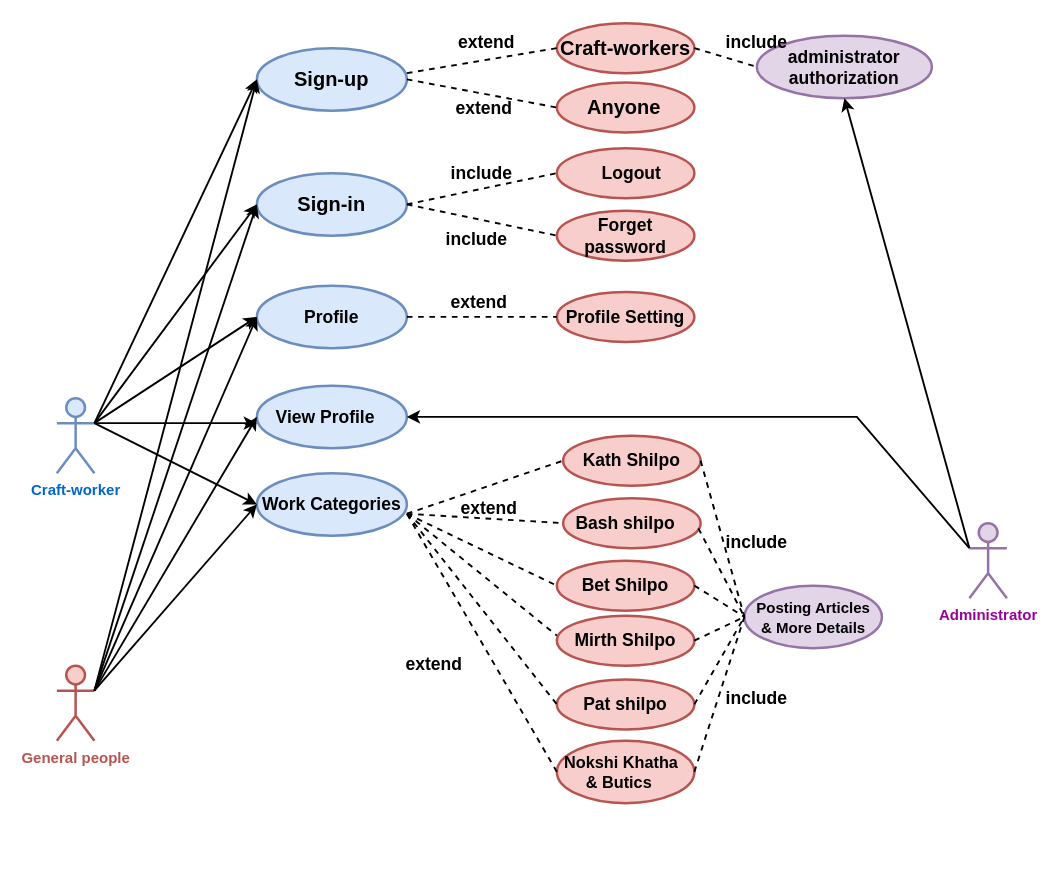
Above: se231use.drawio in Fatema-A-Ferdaus/se231 (draw.io), before the change. Source tidied: cells renumbered, new cells numbered last; positions are measured from the earlier drawing's top-left corner, leaving out a move shared by most shapes. Both pictures are drawn from the tidied source at 125%, with x=0, y=0 at pixel (56, 22).
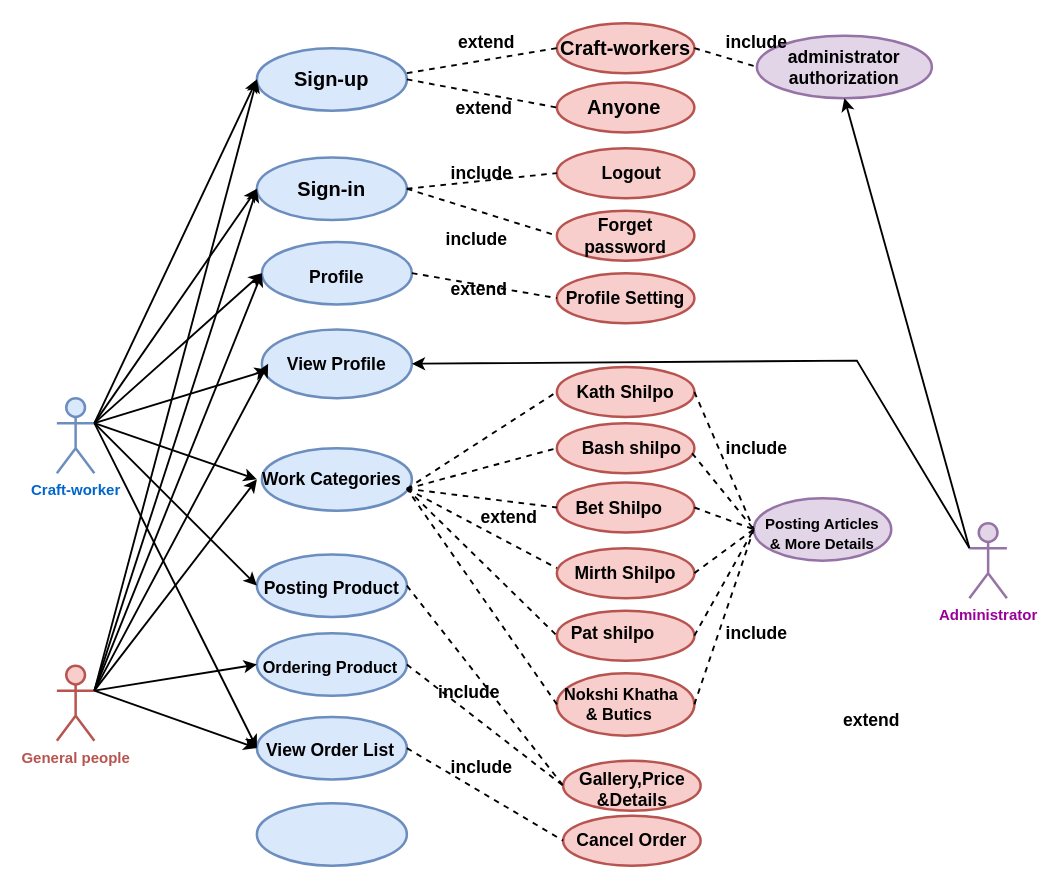
The same page after the edit.

The change refers to these unchanged cells:
```xml
<mxCell id="3" value="&lt;font color=&quot;#B85450&quot;&gt;&lt;b&gt;General people&lt;/b&gt;&lt;/font&gt;" style="shape=umlActor;verticalLabelPosition=bottom;verticalAlign=top;html=1;outlineConnect=0;fillColor=#f8cecc;strokeColor=#B85450;strokeWidth=2;" parent="1" vertex="1">
  <mxGeometry y="514" width="30" height="60" as="geometry" />
</mxCell>
<mxCell id="4" value="&lt;font color=&quot;#990099&quot;&gt;&lt;b&gt;Administrator&lt;/b&gt;&lt;/font&gt;" style="shape=umlActor;verticalLabelPosition=bottom;verticalAlign=top;html=1;outlineConnect=0;fillColor=#e1d5e7;strokeColor=#9673a6;strokeWidth=2;" parent="1" vertex="1">
  <mxGeometry x="730" y="400" width="30" height="60" as="geometry" />
</mxCell>
```

Change to the diagram source:
```diff
@@
     <mxCell id="6" style="ellipse;whiteSpace=wrap;html=1;fillColor=#dae8fc;strokeColor=#6c8ebf;strokeWidth=2;" parent="1" vertex="1">
-      <mxGeometry x="160" y="120" width="120" height="50" as="geometry" />
+      <mxGeometry x="160" y="107.5" width="120" height="50" as="geometry" />
     </mxCell>
     <mxCell id="7" style="ellipse;whiteSpace=wrap;html=1;fillColor=#dae8fc;strokeColor=#6c8ebf;strokeWidth=2;" parent="1" vertex="1">
-      <mxGeometry x="160" y="210" width="120" height="50" as="geometry" />
+      <mxGeometry x="164" y="175" width="120" height="50" as="geometry" />
     </mxCell>
     <mxCell id="8" style="ellipse;whiteSpace=wrap;html=1;fillColor=#dae8fc;strokeColor=#6c8ebf;strokeWidth=2;" parent="1" vertex="1">
-      <mxGeometry x="160" y="290" width="120" height="50" as="geometry" />
+      <mxGeometry x="164" y="245" width="120" height="55" as="geometry" />
     </mxCell>
     <mxCell id="9" style="ellipse;whiteSpace=wrap;html=1;fillColor=#dae8fc;strokeColor=#6c8ebf;strokeWidth=2;" parent="1" vertex="1">
-      <mxGeometry x="160" y="360" width="120" height="50" as="geometry" />
+      <mxGeometry x="164" y="340" width="120" height="50" as="geometry" />
     </mxCell>
@@
     <mxCell id="26" value="&lt;font size=&quot;1&quot;&gt;&lt;b style=&quot;font-size: 14px&quot;&gt;extend&lt;/b&gt;&lt;/font&gt;" style="text;html=1;align=center;verticalAlign=middle;whiteSpace=wrap;rounded=0;" parent="1" vertex="1">
-      <mxGeometry x="314" y="375" width="64" height="25" as="geometry" />
+      <mxGeometry x="330" y="382.5" width="64" height="25" as="geometry" />
     </mxCell>
@@
     <mxCell id="32" value="&lt;div&gt;&lt;span style=&quot;font-size: 12pt ; font-family: &amp;#34;arial&amp;#34; ; color: rgb(0 , 0 , 0) ; background-color: transparent ; font-weight: 700 ; font-style: normal ; font-variant: normal ; text-decoration: none ; vertical-align: baseline&quot; id=&quot;docs-internal-guid-d9a8eea8-7fff-026f-fb4f-d4f9bcb1c07e&quot;&gt;Sign-in&lt;/span&gt;&lt;/div&gt;" style="text;html=1;strokeColor=none;fillColor=none;align=center;verticalAlign=middle;whiteSpace=wrap;rounded=0;fontColor=#B85450;" parent="1" vertex="1">
-      <mxGeometry x="180" y="135" width="80" height="20" as="geometry" />
+      <mxGeometry x="180" y="122.5" width="80" height="20" as="geometry" />
     </mxCell>
@@
     <mxCell id="35" value="&lt;b&gt;Profile&lt;/b&gt;" style="text;html=1;strokeColor=none;fillColor=none;align=center;verticalAlign=middle;whiteSpace=wrap;rounded=0;fontSize=14;fontColor=#000000;" parent="1" vertex="1">
-      <mxGeometry x="190" y="220" width="60" height="30" as="geometry" />
+      <mxGeometry x="194" y="187.5" width="60" height="30" as="geometry" />
     </mxCell>
     <mxCell id="36" style="ellipse;whiteSpace=wrap;html=1;strokeColor=#b85450;strokeWidth=2;fillColor=#f8cecc;" parent="1" vertex="1">
-      <mxGeometry x="400" y="215" width="110" height="40" as="geometry" />
+      <mxGeometry x="400" y="200" width="110" height="40" as="geometry" />
     </mxCell>
@@
     <mxCell id="38" value="&lt;b&gt;Profile Setting&lt;/b&gt;" style="text;html=1;strokeColor=none;fillColor=none;align=center;verticalAlign=middle;whiteSpace=wrap;rounded=0;fontSize=14;fontColor=#000000;" parent="1" vertex="1">
-      <mxGeometry x="405" y="220" width="100" height="30" as="geometry" />
+      <mxGeometry x="405" y="205" width="100" height="30" as="geometry" />
     </mxCell>
     <mxCell id="39" value="&lt;font size=&quot;1&quot;&gt;&lt;b style=&quot;font-size: 14px&quot;&gt;extend&lt;/b&gt;&lt;/font&gt;" style="text;html=1;align=center;verticalAlign=middle;whiteSpace=wrap;rounded=0;" parent="1" vertex="1">
-      <mxGeometry x="306" y="210" width="64" height="25" as="geometry" />
+      <mxGeometry x="306" y="200" width="64" height="25" as="geometry" />
     </mxCell>
@@
     <mxCell id="44" value="&lt;b&gt;View Profile&lt;/b&gt;" style="text;html=1;strokeColor=none;fillColor=none;align=center;verticalAlign=middle;whiteSpace=wrap;rounded=0;fontSize=14;fontColor=#000000;" parent="1" vertex="1">
-      <mxGeometry x="160" y="305" width="110" height="20" as="geometry" />
+      <mxGeometry x="169" y="262.5" width="110" height="20" as="geometry" />
     </mxCell>
     <mxCell id="45" style="endArrow=classic;html=1;rounded=0;fontSize=14;fontColor=#000000;strokeWidth=1.5;entryX=1;entryY=0.5;entryDx=0;entryDy=0;exitX=0;exitY=0.3333333333333333;exitDx=0;exitDy=0;exitPerimeter=0;" parent="1" edge="1" source="4" target="8">
       <mxGeometry relative="1" as="geometry">
         <Array as="points">
-          <mxPoint x="640" y="315" />
+          <mxPoint x="640" y="270" />
         </Array>
       </mxGeometry>
     </mxCell>
@@
     <mxCell id="48" value="&lt;b&gt;Work &lt;span style=&quot;font-family: &amp;#34;arial&amp;#34; ; color: rgb(0 , 0 , 0) ; background-color: transparent ; font-style: normal ; font-variant: normal ; text-decoration: none ; vertical-align: baseline&quot; id=&quot;docs-internal-guid-b7d664e6-7fff-4944-9143-4917c589e76c&quot;&gt;Categories&lt;/span&gt;&lt;/b&gt;" style="text;html=1;strokeColor=none;fillColor=none;align=center;verticalAlign=middle;whiteSpace=wrap;rounded=0;fontSize=14;fontColor=#000000;" parent="1" vertex="1">
-      <mxGeometry x="160" y="370" width="120" height="30" as="geometry" />
+      <mxGeometry x="160" y="350" width="120" height="30" as="geometry" />
     </mxCell>
@@
     <mxCell id="51" style="ellipse;whiteSpace=wrap;html=1;strokeColor=#b85450;strokeWidth=2;fillColor=#f8cecc;" parent="1" vertex="1">
-      <mxGeometry x="405" y="380" width="110" height="40" as="geometry" />
+      <mxGeometry x="400" y="320" width="110" height="40" as="geometry" />
     </mxCell>
     <mxCell id="52" style="ellipse;whiteSpace=wrap;html=1;strokeColor=#b85450;strokeWidth=2;fillColor=#f8cecc;" parent="1" vertex="1">
-      <mxGeometry x="405" y="330" width="110" height="40" as="geometry" />
+      <mxGeometry x="400" y="275" width="110" height="40" as="geometry" />
     </mxCell>
     <mxCell id="53" style="ellipse;whiteSpace=wrap;html=1;strokeColor=#b85450;strokeWidth=2;fillColor=#f8cecc;" parent="1" vertex="1">
-      <mxGeometry x="400" y="430" width="110" height="40" as="geometry" />
+      <mxGeometry x="400" y="367.5" width="110" height="40" as="geometry" />
     </mxCell>
     <mxCell id="54" style="ellipse;whiteSpace=wrap;html=1;strokeColor=#b85450;strokeWidth=2;fillColor=#f8cecc;" parent="1" vertex="1">
-      <mxGeometry x="400" y="474" width="110" height="40" as="geometry" />
+      <mxGeometry x="400" y="420" width="110" height="40" as="geometry" />
     </mxCell>
     <mxCell id="55" style="ellipse;whiteSpace=wrap;html=1;strokeColor=#b85450;strokeWidth=2;fillColor=#f8cecc;" parent="1" vertex="1">
-      <mxGeometry x="400" y="525" width="110" height="40" as="geometry" />
+      <mxGeometry x="400" y="470" width="110" height="40" as="geometry" />
     </mxCell>
@@
     <mxCell id="62" style="ellipse;whiteSpace=wrap;html=1;strokeColor=#b85450;strokeWidth=2;fillColor=#f8cecc;" parent="1" vertex="1">
-      <mxGeometry x="400" y="574" width="110" height="50" as="geometry" />
+      <mxGeometry x="400" y="520" width="110" height="50" as="geometry" />
     </mxCell>
@@
-    <mxCell id="64" value="&lt;font size=&quot;1&quot;&gt;&lt;b style=&quot;font-size: 14px&quot;&gt;extend&lt;/b&gt;&lt;/font&gt;" style="text;html=1;align=center;verticalAlign=middle;whiteSpace=wrap;rounded=0;" parent="1" vertex="1">
-      <mxGeometry x="270" y="500" width="64" height="25" as="geometry" />
-    </mxCell>
     <mxCell id="65" value="&lt;font style=&quot;font-size: 14px&quot;&gt;&lt;span style=&quot;font-family: &amp;#34;arial&amp;#34; ; color: rgb(0 , 0 , 0) ; background-color: transparent ; font-weight: 700 ; font-style: normal ; font-variant: normal ; text-decoration: none ; vertical-align: baseline&quot; id=&quot;docs-internal-guid-06c5607c-7fff-e027-40bc-780a48625a0f&quot;&gt;Kath Shilpo&lt;/span&gt;&lt;/font&gt;" style="text;html=1;strokeColor=none;fillColor=none;align=center;verticalAlign=middle;whiteSpace=wrap;rounded=0;" parent="1" vertex="1">
-      <mxGeometry x="410" y="345" width="100" height="10" as="geometry" />
+      <mxGeometry x="405" y="290" width="100" height="10" as="geometry" />
     </mxCell>
     <mxCell id="66" value="&lt;font style=&quot;font-size: 14px&quot;&gt;&lt;span style=&quot;font-family: &amp;#34;arial&amp;#34; ; color: rgb(0 , 0 , 0) ; background-color: transparent ; font-weight: 700 ; font-style: normal ; font-variant: normal ; text-decoration: none ; vertical-align: baseline&quot; id=&quot;docs-internal-guid-e4ca065d-7fff-76d1-59c0-c70cfacae03e&quot;&gt;Bash shilpo&lt;/span&gt;&lt;/font&gt;" style="text;html=1;strokeColor=none;fillColor=none;align=center;verticalAlign=middle;whiteSpace=wrap;rounded=0;fontSize=14;" parent="1" vertex="1">
-      <mxGeometry x="405" y="390" width="100" height="20" as="geometry" />
+      <mxGeometry x="410" y="330" width="100" height="20" as="geometry" />
     </mxCell>
     <mxCell id="67" value="&lt;font style=&quot;font-size: 14px&quot;&gt;&lt;span style=&quot;font-family: &amp;#34;arial&amp;#34; ; color: rgb(0 , 0 , 0) ; background-color: transparent ; font-weight: 700 ; font-style: normal ; font-variant: normal ; text-decoration: none ; vertical-align: baseline&quot; id=&quot;docs-internal-guid-c5cb1a11-7fff-92f5-c12f-03132aebc5e7&quot;&gt;Bet Shilpo&lt;/span&gt;&lt;/font&gt;" style="text;html=1;strokeColor=none;fillColor=none;align=center;verticalAlign=middle;whiteSpace=wrap;rounded=0;fontSize=14;" parent="1" vertex="1">
-      <mxGeometry x="410" y="442.5" width="90" height="15" as="geometry" />
+      <mxGeometry x="405" y="380" width="90" height="15" as="geometry" />
     </mxCell>
     <mxCell id="68" value="&lt;font style=&quot;font-size: 14px&quot;&gt;&lt;span style=&quot;font-family: &amp;#34;arial&amp;#34; ; color: rgb(0 , 0 , 0) ; background-color: transparent ; font-weight: 700 ; font-style: normal ; font-variant: normal ; text-decoration: none ; vertical-align: baseline&quot; id=&quot;docs-internal-guid-1e54c604-7fff-bb8c-8ced-753b6cb01f62&quot;&gt;Mirth Shilpo &lt;/span&gt;&lt;/font&gt;" style="text;html=1;strokeColor=none;fillColor=none;align=center;verticalAlign=middle;whiteSpace=wrap;rounded=0;fontSize=14;" parent="1" vertex="1">
-      <mxGeometry x="405" y="479" width="100" height="30" as="geometry" />
+      <mxGeometry x="405" y="425" width="100" height="30" as="geometry" />
     </mxCell>
     <mxCell id="69" value="&lt;font style=&quot;font-size: 14px&quot;&gt;&lt;span style=&quot;font-family: &amp;#34;arial&amp;#34; ; color: rgb(0 , 0 , 0) ; background-color: transparent ; font-weight: 700 ; font-style: normal ; font-variant: normal ; text-decoration: none ; vertical-align: baseline&quot; id=&quot;docs-internal-guid-70e00efe-7fff-971b-4688-516f0cfce340&quot;&gt;Pat shilpo&lt;/span&gt;&lt;/font&gt;" style="text;html=1;strokeColor=none;fillColor=none;align=center;verticalAlign=middle;whiteSpace=wrap;rounded=0;fontSize=14;" parent="1" vertex="1">
-      <mxGeometry x="415" y="532.5" width="80" height="25" as="geometry" />
+      <mxGeometry x="405" y="475" width="80" height="25" as="geometry" />
     </mxCell>
     <mxCell id="70" value="&lt;div style=&quot;font-size: 13px&quot;&gt;&lt;font style=&quot;font-size: 13px&quot;&gt;&lt;span style=&quot;font-family: &amp;#34;arial&amp;#34; ; color: rgb(0 , 0 , 0) ; background-color: transparent ; font-weight: 700 ; font-style: normal ; font-variant: normal ; text-decoration: none ; vertical-align: baseline&quot; id=&quot;docs-internal-guid-2d838bbb-7fff-4a7c-e926-a074e1afc192&quot;&gt;&amp;nbsp;Nokshi Khatha &lt;br&gt;&lt;/span&gt;&lt;/font&gt;&lt;/div&gt;&lt;div style=&quot;font-size: 13px&quot;&gt;&lt;font style=&quot;font-size: 13px&quot;&gt;&lt;span style=&quot;font-family: &amp;#34;arial&amp;#34; ; color: rgb(0 , 0 , 0) ; background-color: transparent ; font-weight: 700 ; font-style: normal ; font-variant: normal ; text-decoration: none ; vertical-align: baseline&quot; id=&quot;docs-internal-guid-2d838bbb-7fff-4a7c-e926-a074e1afc192&quot;&gt;&amp;amp; Butics&lt;/span&gt;&lt;/font&gt;&lt;/div&gt;" style="text;html=1;strokeColor=none;fillColor=none;align=center;verticalAlign=middle;whiteSpace=wrap;rounded=0;fontSize=14;" parent="1" vertex="1">
-      <mxGeometry x="395" y="584" width="110" height="30" as="geometry" />
+      <mxGeometry x="395" y="530" width="110" height="30" as="geometry" />
     </mxCell>
     <mxCell id="71" style="ellipse;whiteSpace=wrap;html=1;strokeColor=#9673a6;strokeWidth=2;fillColor=#e1d5e7;" parent="1" vertex="1">
-      <mxGeometry x="550" y="450" width="110" height="50" as="geometry" />
+      <mxGeometry x="557.5" y="380" width="110" height="50" as="geometry" />
     </mxCell>
@@
     <mxCell id="78" value="&lt;div&gt;&lt;font style=&quot;font-size: 12px&quot;&gt;&lt;b&gt;Posting Articles &lt;br&gt;&lt;/b&gt;&lt;/font&gt;&lt;/div&gt;&lt;div&gt;&lt;font style=&quot;font-size: 12px&quot;&gt;&lt;b&gt;&amp;amp; More Details&lt;/b&gt;&lt;/font&gt;&lt;/div&gt;" style="text;html=1;strokeColor=none;fillColor=none;align=center;verticalAlign=middle;whiteSpace=wrap;rounded=0;fontSize=13;" parent="1" vertex="1">
-      <mxGeometry x="557.5" y="461.9" width="95" height="26.2" as="geometry" />
+      <mxGeometry x="565" y="395" width="95" height="26.2" as="geometry" />
     </mxCell>
     <mxCell id="79" value="&lt;b&gt;include&lt;/b&gt;" style="text;html=1;strokeColor=none;fillColor=none;align=center;verticalAlign=middle;whiteSpace=wrap;rounded=0;fontSize=14;fontColor=#000000;" parent="1" vertex="1">
-      <mxGeometry x="530" y="400" width="60" height="30" as="geometry" />
+      <mxGeometry x="530" y="325" width="60" height="30" as="geometry" />
     </mxCell>
     <mxCell id="80" value="&lt;b&gt;include&lt;/b&gt;" style="text;html=1;strokeColor=none;fillColor=none;align=center;verticalAlign=middle;whiteSpace=wrap;rounded=0;fontSize=14;fontColor=#000000;" parent="1" vertex="1">
-      <mxGeometry x="530" y="525" width="60" height="30" as="geometry" />
+      <mxGeometry x="530" y="472.5" width="60" height="30" as="geometry" />
     </mxCell>
+    <mxCell id="81" style="ellipse;whiteSpace=wrap;html=1;fillColor=#dae8fc;strokeColor=#6c8ebf;strokeWidth=2;" parent="1" vertex="1">
+      <mxGeometry x="160" y="425" width="120" height="50" as="geometry" />
+    </mxCell>
+    <mxCell id="82" style="ellipse;whiteSpace=wrap;html=1;fillColor=#dae8fc;strokeColor=#6c8ebf;strokeWidth=2;" parent="1" vertex="1">
+      <mxGeometry x="160" y="488.1" width="120" height="50" as="geometry" />
+    </mxCell>
+    <mxCell id="83" style="ellipse;whiteSpace=wrap;html=1;fillColor=#dae8fc;strokeColor=#6c8ebf;strokeWidth=2;" parent="1" vertex="1">
+      <mxGeometry x="160" y="555" width="120" height="50" as="geometry" />
+    </mxCell>
+    <mxCell id="84" style="ellipse;whiteSpace=wrap;html=1;fillColor=#dae8fc;strokeColor=#6c8ebf;strokeWidth=2;" parent="1" vertex="1">
+      <mxGeometry x="160" y="624" width="120" height="50" as="geometry" />
+    </mxCell>
+    <mxCell id="85" value="&lt;font size=&quot;1&quot;&gt;&lt;b style=&quot;font-size: 14px&quot;&gt;Posting Product&lt;/b&gt;&lt;/font&gt;" style="text;html=1;strokeColor=none;fillColor=none;align=center;verticalAlign=middle;whiteSpace=wrap;rounded=0;fontSize=12;" parent="1" vertex="1">
+      <mxGeometry x="164" y="434" width="112" height="36" as="geometry" />
+    </mxCell>
+    <mxCell id="86" style="endArrow=classic;html=1;rounded=0;fontSize=14;strokeWidth=1.5;entryX=0;entryY=0.5;entryDx=0;entryDy=0;" parent="1" edge="1" target="81">
+      <mxGeometry relative="1" as="geometry">
+        <mxPoint x="30" y="320" as="sourcePoint" />
+      </mxGeometry>
+    </mxCell>
+    <mxCell id="87" style="ellipse;whiteSpace=wrap;html=1;strokeColor=#b85450;strokeWidth=2;fillColor=#f8cecc;" parent="1" vertex="1">
+      <mxGeometry x="405" y="590" width="110" height="40" as="geometry" />
+    </mxCell>
+    <mxCell id="88" value="&lt;div&gt;&lt;b&gt;Gallery,Price&lt;/b&gt;&lt;/div&gt;&lt;div&gt;&lt;b&gt;&amp;amp;Details&lt;/b&gt;&lt;/div&gt;" style="text;html=1;strokeColor=none;fillColor=none;align=center;verticalAlign=middle;whiteSpace=wrap;rounded=0;fontSize=14;" parent="1" vertex="1">
+      <mxGeometry x="422.5" y="602.1" width="75" height="21.9" as="geometry" />
+    </mxCell>
+    <mxCell id="89" style="endArrow=none;dashed=1;html=1;rounded=0;fontSize=14;strokeWidth=1.5;entryX=0;entryY=0.5;entryDx=0;entryDy=0;exitX=1;exitY=0.5;exitDx=0;exitDy=0;" parent="1" edge="1" source="81" target="87">
+      <mxGeometry relative="1" as="geometry" />
+    </mxCell>
+    <mxCell id="64" value="&lt;font size=&quot;1&quot;&gt;&lt;b style=&quot;font-size: 14px&quot;&gt;extend&lt;/b&gt;&lt;/font&gt;" style="text;html=1;align=center;verticalAlign=middle;whiteSpace=wrap;rounded=0;" parent="1" vertex="1">
+      <mxGeometry x="620" y="545" width="64" height="25" as="geometry" />
+    </mxCell>
+    <mxCell id="90" value="&lt;b&gt;include&lt;/b&gt;" style="text;html=1;strokeColor=none;fillColor=none;align=center;verticalAlign=middle;whiteSpace=wrap;rounded=0;fontSize=14;fontColor=#000000;" parent="1" vertex="1">
+      <mxGeometry x="300" y="520" width="60" height="30" as="geometry" />
+    </mxCell>
+    <mxCell id="91" value="&lt;font style=&quot;font-size: 13px&quot;&gt;&lt;b&gt;Ordering Product&lt;/b&gt;&lt;/font&gt;" style="text;html=1;strokeColor=none;fillColor=none;align=center;verticalAlign=middle;whiteSpace=wrap;rounded=0;fontSize=12;" parent="1" vertex="1">
+      <mxGeometry x="159" y="500" width="120" height="30" as="geometry" />
+    </mxCell>
+    <mxCell id="92" style="endArrow=classic;html=1;rounded=0;fontSize=13;strokeWidth=1.5;exitX=1;exitY=0.3333333333333333;exitDx=0;exitDy=0;exitPerimeter=0;entryX=0;entryY=0.5;entryDx=0;entryDy=0;" parent="1" edge="1" source="3" target="82">
+      <mxGeometry relative="1" as="geometry" />
+    </mxCell>
+    <mxCell id="93" style="endArrow=none;dashed=1;html=1;rounded=0;fontSize=13;strokeWidth=1.5;exitX=1;exitY=0.5;exitDx=0;exitDy=0;entryX=0;entryY=0.5;entryDx=0;entryDy=0;" parent="1" edge="1" source="82" target="87">
+      <mxGeometry relative="1" as="geometry" />
+    </mxCell>
+    <mxCell id="94" style="ellipse;whiteSpace=wrap;html=1;strokeColor=#b85450;strokeWidth=2;fillColor=#f8cecc;" parent="1" vertex="1">
+      <mxGeometry x="405" y="634" width="110" height="40" as="geometry" />
+    </mxCell>
+    <mxCell id="95" value="&lt;b&gt;&lt;font style=&quot;font-size: 14px&quot;&gt;Cancel Order&lt;/font&gt;&lt;/b&gt;" style="text;html=1;strokeColor=none;fillColor=none;align=center;verticalAlign=middle;whiteSpace=wrap;rounded=0;fontSize=13;" parent="1" vertex="1">
+      <mxGeometry x="410" y="646" width="100" height="16" as="geometry" />
+    </mxCell>
+    <mxCell id="96" style="endArrow=none;dashed=1;html=1;rounded=0;fontSize=14;strokeWidth=1.5;entryX=0;entryY=0.5;entryDx=0;entryDy=0;exitX=1;exitY=0.5;exitDx=0;exitDy=0;" parent="1" edge="1" source="83" target="94">
+      <mxGeometry relative="1" as="geometry" />
+    </mxCell>
+    <mxCell id="97" value="&lt;b&gt;View Order List&lt;/b&gt;" style="text;html=1;strokeColor=none;fillColor=none;align=center;verticalAlign=middle;whiteSpace=wrap;rounded=0;fontSize=14;" parent="1" vertex="1">
+      <mxGeometry x="164" y="574" width="110" height="16" as="geometry" />
+    </mxCell>
+    <mxCell id="98" style="endArrow=classic;html=1;rounded=0;fontSize=14;strokeWidth=1.5;exitX=1;exitY=0.3333333333333333;exitDx=0;exitDy=0;exitPerimeter=0;entryX=0;entryY=0.5;entryDx=0;entryDy=0;" parent="1" edge="1" source="3" target="83">
+      <mxGeometry relative="1" as="geometry" />
+    </mxCell>
+    <mxCell id="99" style="endArrow=classic;html=1;rounded=0;fontSize=14;strokeWidth=1.5;" parent="1" edge="1">
+      <mxGeometry relative="1" as="geometry">
+        <mxPoint x="30" y="320" as="sourcePoint" />
+        <mxPoint x="160" y="580" as="targetPoint" />
+      </mxGeometry>
+    </mxCell>
+    <mxCell id="100" value="&lt;b&gt;include&lt;/b&gt;" style="text;html=1;strokeColor=none;fillColor=none;align=center;verticalAlign=middle;whiteSpace=wrap;rounded=0;fontSize=14;fontColor=#000000;" parent="1" vertex="1">
+      <mxGeometry x="310" y="580" width="60" height="30" as="geometry" />
+    </mxCell>
```
